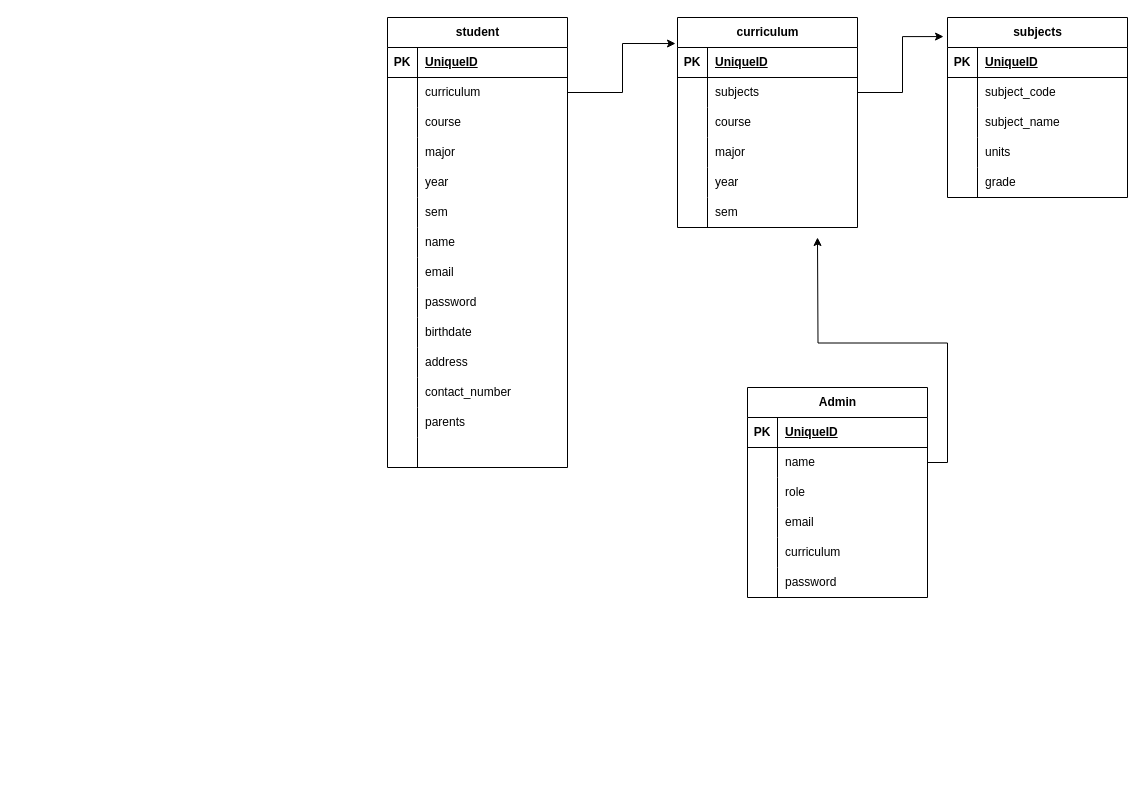
Before: docs/SPR.drawio in ChristianSlow/SPR-management-system-vue, a draw.io diagram. Source tidied: cells renumbered, new cells numbered last; positions are measured from the earlier drawing's top-left corner, leaving out a move shared by most shapes. Both pictures are drawn from the tidied source at 100%, with x=0, y=0 at pixel (387, 17).
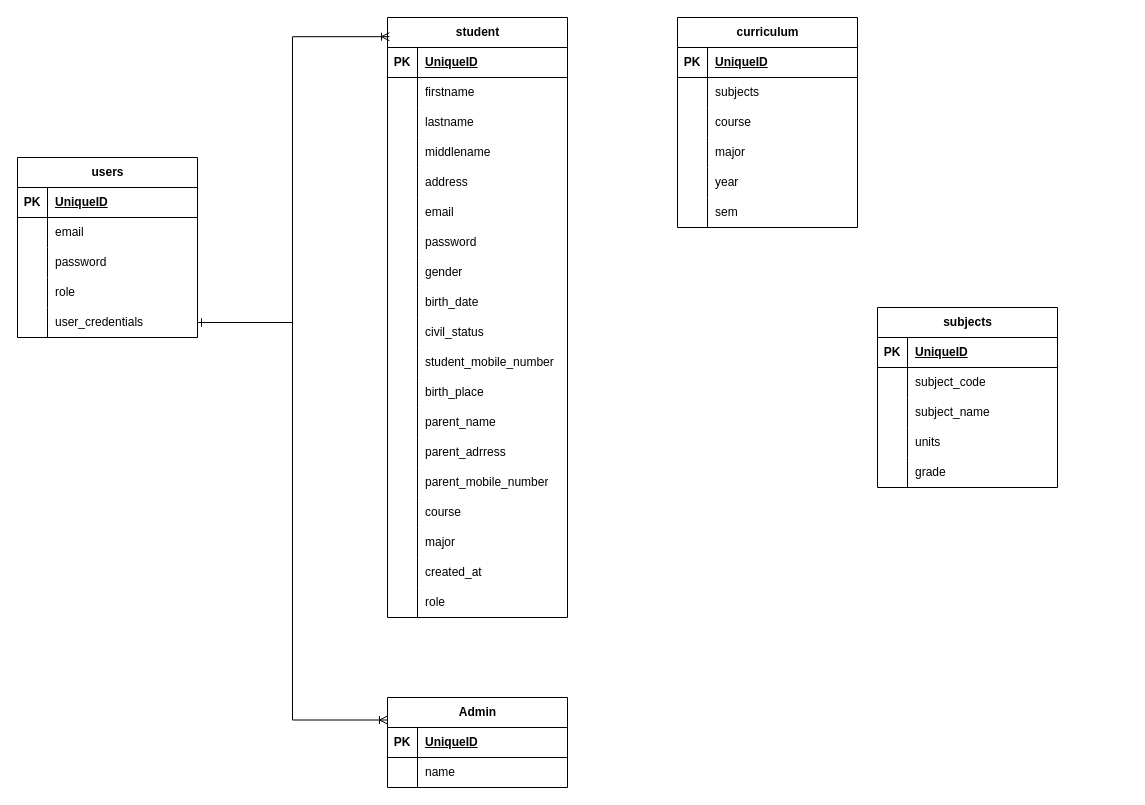
The same page after the edit.

The change refers to these unchanged cells:
```xml
<mxCell id="6" style="shape=tableRow;horizontal=0;startSize=0;swimlaneHead=0;swimlaneBody=0;fillColor=none;points=[[0,0.5],[1,0.5]];portConstraint=eastwest;top=0;left=0;right=0;bottom=0;" parent="2" vertex="1">
  <mxGeometry y="60" width="180" height="30" as="geometry" />
</mxCell>
<mxCell id="9" style="shape=tableRow;horizontal=0;startSize=0;swimlaneHead=0;swimlaneBody=0;fillColor=none;top=0;left=0;right=0;bottom=0;" parent="2" vertex="1">
  <mxGeometry y="90" width="180" height="30" as="geometry" />
</mxCell>
<mxCell id="12" style="shape=tableRow;horizontal=0;startSize=0;swimlaneHead=0;swimlaneBody=0;fillColor=none;top=0;left=0;right=0;bottom=0;" parent="2" vertex="1">
  <mxGeometry y="120" width="180" height="30" as="geometry" />
</mxCell>
<mxCell id="15" style="shape=tableRow;horizontal=0;startSize=0;swimlaneHead=0;swimlaneBody=0;fillColor=none;top=0;left=0;right=0;bottom=0;" parent="2" vertex="1">
  <mxGeometry y="150" width="180" height="30" as="geometry" />
</mxCell>
<mxCell id="18" style="shape=tableRow;horizontal=0;startSize=0;swimlaneHead=0;swimlaneBody=0;fillColor=none;top=0;left=0;right=0;bottom=0;" parent="2" vertex="1">
  <mxGeometry y="180" width="180" height="30" as="geometry" />
</mxCell>
<mxCell id="21" style="shape=tableRow;horizontal=0;startSize=0;swimlaneHead=0;swimlaneBody=0;fillColor=none;top=0;left=0;right=0;bottom=0;" parent="2" vertex="1">
  <mxGeometry y="210" width="180" height="30" as="geometry" />
</mxCell>
<mxCell id="24" style="shape=tableRow;horizontal=0;startSize=0;swimlaneHead=0;swimlaneBody=0;fillColor=none;top=0;left=0;right=0;bottom=0;" parent="2" vertex="1">
  <mxGeometry y="240" width="180" height="30" as="geometry" />
</mxCell>
<mxCell id="27" style="shape=tableRow;horizontal=0;startSize=0;swimlaneHead=0;swimlaneBody=0;fillColor=none;top=0;left=0;right=0;bottom=0;" parent="2" vertex="1">
  <mxGeometry y="270" width="180" height="30" as="geometry" />
</mxCell>
<mxCell id="30" style="shape=tableRow;horizontal=0;startSize=0;swimlaneHead=0;swimlaneBody=0;fillColor=none;top=0;left=0;right=0;bottom=0;" parent="2" vertex="1">
  <mxGeometry y="300" width="180" height="30" as="geometry" />
</mxCell>
<mxCell id="33" style="shape=tableRow;horizontal=0;startSize=0;swimlaneHead=0;swimlaneBody=0;fillColor=none;top=0;left=0;right=0;bottom=0;" parent="2" vertex="1">
  <mxGeometry y="330" width="180" height="30" as="geometry" />
</mxCell>
<mxCell id="36" style="shape=tableRow;horizontal=0;startSize=0;swimlaneHead=0;swimlaneBody=0;fillColor=none;top=0;left=0;right=0;bottom=0;" parent="2" vertex="1">
  <mxGeometry y="360" width="180" height="30" as="geometry" />
</mxCell>
<mxCell id="39" style="shape=tableRow;horizontal=0;startSize=0;swimlaneHead=0;swimlaneBody=0;fillColor=none;top=0;left=0;right=0;bottom=0;" parent="2" vertex="1">
  <mxGeometry y="390" width="180" height="30" as="geometry" />
</mxCell>
<mxCell id="42" style="shape=tableRow;horizontal=0;startSize=0;swimlaneHead=0;swimlaneBody=0;fillColor=none;top=0;left=0;right=0;bottom=0;" parent="2" vertex="1">
  <mxGeometry y="420" width="180" height="30" as="geometry" />
</mxCell>
<mxCell id="45" value="curriculum" style="shape=table;startSize=30;childLayout=tableLayout;rowLines=0;fontStyle=1;align=center;html=1;" parent="1" vertex="1">
  <mxGeometry x="290" width="180" height="210" as="geometry" />
</mxCell>
<mxCell id="49" style="shape=tableRow;horizontal=0;startSize=0;swimlaneHead=0;swimlaneBody=0;fillColor=none;points=[[0,0.5],[1,0.5]];portConstraint=eastwest;top=0;left=0;right=0;bottom=0;" parent="45" vertex="1">
  <mxGeometry y="60" width="180" height="30" as="geometry" />
</mxCell>
<mxCell id="85" style="shape=tableRow;horizontal=0;startSize=0;swimlaneHead=0;swimlaneBody=0;fillColor=none;points=[[0,0.5],[1,0.5]];portConstraint=eastwest;top=0;left=0;right=0;bottom=0;" parent="81" vertex="1">
  <mxGeometry y="60" width="180" height="30" as="geometry" />
</mxCell>
```

The edit, as a diff of the source:
```diff
@@
     <mxCell id="2" value="student" style="shape=table;startSize=30;childLayout=tableLayout;rowLines=0;fontStyle=1;align=center;html=1;" parent="1" vertex="1">
-      <mxGeometry width="180" height="450" as="geometry" />
+      <mxGeometry width="180" height="600" as="geometry" />
     </mxCell>
@@
-    <mxCell id="8" value="curriculum" style="shape=partialRectangle;fillColor=none;top=0;left=0;bottom=0;right=0;align=left;spacingLeft=6;overflow=hidden;whiteSpace=wrap;html=1;" parent="6" vertex="1">
+    <mxCell id="8" value="firstname" style="shape=partialRectangle;fillColor=none;top=0;left=0;bottom=0;right=0;align=left;spacingLeft=6;overflow=hidden;whiteSpace=wrap;html=1;" parent="6" vertex="1">
       <mxGeometry x="30" width="150" height="30" as="geometry" />
     </mxCell>
@@
-    <mxCell id="11" value="course" style="shape=partialRectangle;fillColor=none;top=0;left=0;bottom=0;right=0;align=left;spacingLeft=6;overflow=hidden;whiteSpace=wrap;html=1;" parent="9" vertex="1">
+    <mxCell id="11" value="lastname" style="shape=partialRectangle;fillColor=none;top=0;left=0;bottom=0;right=0;align=left;spacingLeft=6;overflow=hidden;whiteSpace=wrap;html=1;" parent="9" vertex="1">
       <mxGeometry x="30" width="150" height="30" as="geometry" />
     </mxCell>
@@
-    <mxCell id="14" value="major" style="shape=partialRectangle;fillColor=none;top=0;left=0;bottom=0;right=0;align=left;spacingLeft=6;overflow=hidden;whiteSpace=wrap;html=1;" parent="12" vertex="1">
+    <mxCell id="14" value="middlename" style="shape=partialRectangle;fillColor=none;top=0;left=0;bottom=0;right=0;align=left;spacingLeft=6;overflow=hidden;whiteSpace=wrap;html=1;" parent="12" vertex="1">
       <mxGeometry x="30" width="150" height="30" as="geometry" />
     </mxCell>
@@
-    <mxCell id="17" value="year&lt;span style=&quot;white-space: pre;&quot;&gt;&#9;&lt;/span&gt;" style="shape=partialRectangle;fillColor=none;top=0;left=0;bottom=0;right=0;align=left;spacingLeft=6;overflow=hidden;whiteSpace=wrap;html=1;" parent="15" vertex="1">
+    <mxCell id="17" value="address" style="shape=partialRectangle;fillColor=none;top=0;left=0;bottom=0;right=0;align=left;spacingLeft=6;overflow=hidden;whiteSpace=wrap;html=1;" parent="15" vertex="1">
       <mxGeometry x="30" width="150" height="30" as="geometry" />
     </mxCell>
@@
-    <mxCell id="20" value="sem" style="shape=partialRectangle;fillColor=none;top=0;left=0;bottom=0;right=0;align=left;spacingLeft=6;overflow=hidden;whiteSpace=wrap;html=1;" parent="18" vertex="1">
+    <mxCell id="20" value="email" style="shape=partialRectangle;fillColor=none;top=0;left=0;bottom=0;right=0;align=left;spacingLeft=6;overflow=hidden;whiteSpace=wrap;html=1;" parent="18" vertex="1">
       <mxGeometry x="30" width="150" height="30" as="geometry" />
     </mxCell>
@@
-    <mxCell id="23" value="name" style="shape=partialRectangle;fillColor=none;top=0;left=0;bottom=0;right=0;align=left;spacingLeft=6;overflow=hidden;whiteSpace=wrap;html=1;" parent="21" vertex="1">
+    <mxCell id="23" value="password" style="shape=partialRectangle;fillColor=none;top=0;left=0;bottom=0;right=0;align=left;spacingLeft=6;overflow=hidden;whiteSpace=wrap;html=1;" parent="21" vertex="1">
       <mxGeometry x="30" width="150" height="30" as="geometry" />
     </mxCell>
@@
-    <mxCell id="26" value="email" style="shape=partialRectangle;fillColor=none;top=0;left=0;bottom=0;right=0;align=left;spacingLeft=6;overflow=hidden;whiteSpace=wrap;html=1;" parent="24" vertex="1">
+    <mxCell id="26" value="gender" style="shape=partialRectangle;fillColor=none;top=0;left=0;bottom=0;right=0;align=left;spacingLeft=6;overflow=hidden;whiteSpace=wrap;html=1;" parent="24" vertex="1">
       <mxGeometry x="30" width="150" height="30" as="geometry" />
     </mxCell>
@@
-    <mxCell id="29" value="password" style="shape=partialRectangle;fillColor=none;top=0;left=0;bottom=0;right=0;align=left;spacingLeft=6;overflow=hidden;whiteSpace=wrap;html=1;" parent="27" vertex="1">
+    <mxCell id="29" value="birth_date" style="shape=partialRectangle;fillColor=none;top=0;left=0;bottom=0;right=0;align=left;spacingLeft=6;overflow=hidden;whiteSpace=wrap;html=1;" parent="27" vertex="1">
       <mxGeometry x="30" width="150" height="30" as="geometry" />
     </mxCell>
@@
-    <mxCell id="32" value="birthdate" style="shape=partialRectangle;fillColor=none;top=0;left=0;bottom=0;right=0;align=left;spacingLeft=6;overflow=hidden;whiteSpace=wrap;html=1;" parent="30" vertex="1">
+    <mxCell id="32" value="civil_status" style="shape=partialRectangle;fillColor=none;top=0;left=0;bottom=0;right=0;align=left;spacingLeft=6;overflow=hidden;whiteSpace=wrap;html=1;" parent="30" vertex="1">
       <mxGeometry x="30" width="150" height="30" as="geometry" />
     </mxCell>
@@
-    <mxCell id="35" value="address" style="shape=partialRectangle;fillColor=none;top=0;left=0;bottom=0;right=0;align=left;spacingLeft=6;overflow=hidden;whiteSpace=wrap;html=1;" parent="33" vertex="1">
+    <mxCell id="35" value="student_mobile_number" style="shape=partialRectangle;fillColor=none;top=0;left=0;bottom=0;right=0;align=left;spacingLeft=6;overflow=hidden;whiteSpace=wrap;html=1;" parent="33" vertex="1">
       <mxGeometry x="30" width="150" height="30" as="geometry" />
     </mxCell>
@@
-    <mxCell id="38" value="contact_number" style="shape=partialRectangle;fillColor=none;top=0;left=0;bottom=0;right=0;align=left;spacingLeft=6;overflow=hidden;whiteSpace=wrap;html=1;" parent="36" vertex="1">
+    <mxCell id="38" value="birth_place" style="shape=partialRectangle;fillColor=none;top=0;left=0;bottom=0;right=0;align=left;spacingLeft=6;overflow=hidden;whiteSpace=wrap;html=1;" parent="36" vertex="1">
       <mxGeometry x="30" width="150" height="30" as="geometry" />
     </mxCell>
@@
-    <mxCell id="41" value="parents" style="shape=partialRectangle;fillColor=none;top=0;left=0;bottom=0;right=0;align=left;spacingLeft=6;overflow=hidden;whiteSpace=wrap;html=1;" parent="39" vertex="1">
+    <mxCell id="41" value="parent_name" style="shape=partialRectangle;fillColor=none;top=0;left=0;bottom=0;right=0;align=left;spacingLeft=6;overflow=hidden;whiteSpace=wrap;html=1;" parent="39" vertex="1">
       <mxGeometry x="30" width="150" height="30" as="geometry" />
     </mxCell>
@@
-    <mxCell id="44" style="shape=partialRectangle;fillColor=none;top=0;left=0;bottom=0;right=0;align=left;spacingLeft=6;overflow=hidden;whiteSpace=wrap;html=1;" parent="42" vertex="1">
+    <mxCell id="44" value="parent_adrress" style="shape=partialRectangle;fillColor=none;top=0;left=0;bottom=0;right=0;align=left;spacingLeft=6;overflow=hidden;whiteSpace=wrap;html=1;" parent="42" vertex="1">
       <mxGeometry x="30" width="150" height="30" as="geometry" />
     </mxCell>
+    <mxCell id="102" style="shape=tableRow;horizontal=0;startSize=0;swimlaneHead=0;swimlaneBody=0;fillColor=none;top=0;left=0;right=0;bottom=0;" parent="2" vertex="1">
+      <mxGeometry y="450" width="180" height="30" as="geometry" />
+    </mxCell>
+    <mxCell id="103" style="shape=partialRectangle;fillColor=none;top=0;left=0;bottom=0;right=0;overflow=hidden;whiteSpace=wrap;html=1;" parent="102" vertex="1">
+      <mxGeometry width="30" height="30" as="geometry" />
+    </mxCell>
+    <mxCell id="104" value="parent_mobile_number" style="shape=partialRectangle;fillColor=none;top=0;left=0;bottom=0;right=0;align=left;spacingLeft=6;overflow=hidden;whiteSpace=wrap;html=1;" parent="102" vertex="1">
+      <mxGeometry x="30" width="150" height="30" as="geometry" />
+    </mxCell>
+    <mxCell id="105" style="shape=tableRow;horizontal=0;startSize=0;swimlaneHead=0;swimlaneBody=0;fillColor=none;top=0;left=0;right=0;bottom=0;" parent="2" vertex="1">
+      <mxGeometry y="480" width="180" height="30" as="geometry" />
+    </mxCell>
+    <mxCell id="106" style="shape=partialRectangle;fillColor=none;top=0;left=0;bottom=0;right=0;overflow=hidden;whiteSpace=wrap;html=1;" parent="105" vertex="1">
+      <mxGeometry width="30" height="30" as="geometry" />
+    </mxCell>
+    <mxCell id="107" value="course" style="shape=partialRectangle;fillColor=none;top=0;left=0;bottom=0;right=0;align=left;spacingLeft=6;overflow=hidden;whiteSpace=wrap;html=1;" parent="105" vertex="1">
+      <mxGeometry x="30" width="150" height="30" as="geometry" />
+    </mxCell>
+    <mxCell id="108" style="shape=tableRow;horizontal=0;startSize=0;swimlaneHead=0;swimlaneBody=0;fillColor=none;top=0;left=0;right=0;bottom=0;" parent="2" vertex="1">
+      <mxGeometry y="510" width="180" height="30" as="geometry" />
+    </mxCell>
+    <mxCell id="109" style="shape=partialRectangle;fillColor=none;top=0;left=0;bottom=0;right=0;overflow=hidden;whiteSpace=wrap;html=1;" parent="108" vertex="1">
+      <mxGeometry width="30" height="30" as="geometry" />
+    </mxCell>
+    <mxCell id="110" value="major" style="shape=partialRectangle;fillColor=none;top=0;left=0;bottom=0;right=0;align=left;spacingLeft=6;overflow=hidden;whiteSpace=wrap;html=1;" parent="108" vertex="1">
+      <mxGeometry x="30" width="150" height="30" as="geometry" />
+    </mxCell>
+    <mxCell id="111" style="shape=tableRow;horizontal=0;startSize=0;swimlaneHead=0;swimlaneBody=0;fillColor=none;top=0;left=0;right=0;bottom=0;" parent="2" vertex="1">
+      <mxGeometry y="540" width="180" height="30" as="geometry" />
+    </mxCell>
+    <mxCell id="112" style="shape=partialRectangle;fillColor=none;top=0;left=0;bottom=0;right=0;overflow=hidden;whiteSpace=wrap;html=1;" parent="111" vertex="1">
+      <mxGeometry width="30" height="30" as="geometry" />
+    </mxCell>
+    <mxCell id="113" value="created_at" style="shape=partialRectangle;fillColor=none;top=0;left=0;bottom=0;right=0;align=left;spacingLeft=6;overflow=hidden;whiteSpace=wrap;html=1;" parent="111" vertex="1">
+      <mxGeometry x="30" width="150" height="30" as="geometry" />
+    </mxCell>
+    <mxCell id="114" style="shape=tableRow;horizontal=0;startSize=0;swimlaneHead=0;swimlaneBody=0;fillColor=none;top=0;left=0;right=0;bottom=0;" parent="2" vertex="1">
+      <mxGeometry y="570" width="180" height="30" as="geometry" />
+    </mxCell>
+    <mxCell id="115" style="shape=partialRectangle;fillColor=none;top=0;left=0;bottom=0;right=0;overflow=hidden;whiteSpace=wrap;html=1;" parent="114" vertex="1">
+      <mxGeometry width="30" height="30" as="geometry" />
+    </mxCell>
+    <mxCell id="116" value="role" style="shape=partialRectangle;fillColor=none;top=0;left=0;bottom=0;right=0;align=left;spacingLeft=6;overflow=hidden;whiteSpace=wrap;html=1;" parent="114" vertex="1">
+      <mxGeometry x="30" width="150" height="30" as="geometry" />
+    </mxCell>
@@
     <mxCell id="64" value="subjects" style="shape=table;startSize=30;childLayout=tableLayout;rowLines=0;fontStyle=1;align=center;html=1;" parent="1" vertex="1">
-      <mxGeometry x="560" width="180" height="180" as="geometry" />
+      <mxGeometry x="490" y="290" width="180" height="180" as="geometry" />
     </mxCell>
@@
-    <mxCell id="80" style="edgeStyle=orthogonalEdgeStyle;rounded=0;jettySize=auto;html=1;exitX=1;exitY=0.5;exitDx=0;exitDy=0;entryX=-0.022;entryY=0.106;entryDx=0;entryDy=0;entryPerimeter=0;" parent="1" edge="1" source="49" target="64">
-      <mxGeometry relative="1" as="geometry" />
-    </mxCell>
     <mxCell id="81" value="Admin" style="shape=table;startSize=30;childLayout=tableLayout;rowLines=0;fontStyle=1;align=center;html=1;" parent="1" vertex="1">
-      <mxGeometry x="360" y="370" width="180" height="210" as="geometry" />
+      <mxGeometry y="680" width="180" height="90" as="geometry" />
     </mxCell>
@@
+    <mxCell id="117" value="users" style="shape=table;startSize=30;childLayout=tableLayout;rowLines=0;fontStyle=1;align=center;html=1;" parent="1" vertex="1">
+      <mxGeometry x="-370" y="140" width="180" height="180" as="geometry" />
+    </mxCell>
+    <mxCell id="118" style="shape=tableRow;horizontal=0;startSize=0;swimlaneHead=0;swimlaneBody=0;fillColor=none;top=0;left=0;right=0;bottom=1;" parent="117" vertex="1">
+      <mxGeometry y="30" width="180" height="30" as="geometry" />
+    </mxCell>
+    <mxCell id="119" value="PK" style="shape=partialRectangle;fillColor=none;top=0;left=0;bottom=0;right=0;fontStyle=1;overflow=hidden;whiteSpace=wrap;html=1;" parent="118" vertex="1">
+      <mxGeometry width="30" height="30" as="geometry" />
+    </mxCell>
+    <mxCell id="120" value="UniqueID" style="shape=partialRectangle;fillColor=none;top=0;left=0;bottom=0;right=0;align=left;spacingLeft=6;fontStyle=5;overflow=hidden;whiteSpace=wrap;html=1;" parent="118" vertex="1">
+      <mxGeometry x="30" width="150" height="30" as="geometry" />
+    </mxCell>
+    <mxCell id="121" style="shape=tableRow;horizontal=0;startSize=0;swimlaneHead=0;swimlaneBody=0;fillColor=none;top=0;left=0;right=0;bottom=0;" parent="117" vertex="1">
+      <mxGeometry y="60" width="180" height="30" as="geometry" />
+    </mxCell>
+    <mxCell id="122" style="shape=partialRectangle;fillColor=none;top=0;left=0;bottom=0;right=0;overflow=hidden;whiteSpace=wrap;html=1;" parent="121" vertex="1">
+      <mxGeometry width="30" height="30" as="geometry" />
+    </mxCell>
+    <mxCell id="93" value="email" style="shape=partialRectangle;fillColor=none;top=0;left=0;bottom=0;right=0;align=left;spacingLeft=6;overflow=hidden;whiteSpace=wrap;html=1;" parent="121" vertex="1">
+      <mxGeometry x="30" width="150" height="30" as="geometry" />
+    </mxCell>
-    <mxCell id="88" style="shape=tableRow;horizontal=0;startSize=0;swimlaneHead=0;swimlaneBody=0;fillColor=none;top=0;left=0;right=0;bottom=0;" parent="81" vertex="1">
+    <mxCell id="88" style="shape=tableRow;horizontal=0;startSize=0;swimlaneHead=0;swimlaneBody=0;fillColor=none;top=0;left=0;right=0;bottom=0;" parent="117" vertex="1">
       <mxGeometry y="90" width="180" height="30" as="geometry" />
     </mxCell>
-    <mxCell id="89" style="shape=partialRectangle;fillColor=none;top=0;left=0;bottom=0;right=0;overflow=hidden;whiteSpace=wrap;html=1;" parent="88" vertex="1">
-      <mxGeometry width="30" height="30" as="geometry" />
-    </mxCell>
-    <mxCell id="90" value="role" style="shape=partialRectangle;fillColor=none;top=0;left=0;bottom=0;right=0;align=left;spacingLeft=6;overflow=hidden;whiteSpace=wrap;html=1;" parent="88" vertex="1">
-      <mxGeometry x="30" width="150" height="30" as="geometry" />
-    </mxCell>
+    <mxCell id="123" style="shape=partialRectangle;fillColor=none;top=0;left=0;bottom=0;right=0;overflow=hidden;whiteSpace=wrap;html=1;" parent="88" vertex="1">
+      <mxGeometry width="30" height="30" as="geometry" />
+    </mxCell>
+    <mxCell id="99" value="password" style="shape=partialRectangle;fillColor=none;top=0;left=0;bottom=0;right=0;align=left;spacingLeft=6;overflow=hidden;whiteSpace=wrap;html=1;" parent="88" vertex="1">
+      <mxGeometry x="30" width="150" height="30" as="geometry" />
+    </mxCell>
-    <mxCell id="91" style="shape=tableRow;horizontal=0;startSize=0;swimlaneHead=0;swimlaneBody=0;fillColor=none;top=0;left=0;right=0;bottom=0;" parent="81" vertex="1">
+    <mxCell id="91" style="shape=tableRow;horizontal=0;startSize=0;swimlaneHead=0;swimlaneBody=0;fillColor=none;top=0;left=0;right=0;bottom=0;" parent="117" vertex="1">
       <mxGeometry y="120" width="180" height="30" as="geometry" />
     </mxCell>
-    <mxCell id="92" style="shape=partialRectangle;fillColor=none;top=0;left=0;bottom=0;right=0;overflow=hidden;whiteSpace=wrap;html=1;" parent="91" vertex="1">
-      <mxGeometry width="30" height="30" as="geometry" />
-    </mxCell>
-    <mxCell id="93" value="email" style="shape=partialRectangle;fillColor=none;top=0;left=0;bottom=0;right=0;align=left;spacingLeft=6;overflow=hidden;whiteSpace=wrap;html=1;" parent="91" vertex="1">
-      <mxGeometry x="30" width="150" height="30" as="geometry" />
-    </mxCell>
+    <mxCell id="124" style="shape=partialRectangle;fillColor=none;top=0;left=0;bottom=0;right=0;overflow=hidden;whiteSpace=wrap;html=1;" parent="91" vertex="1">
+      <mxGeometry width="30" height="30" as="geometry" />
+    </mxCell>
+    <mxCell id="125" value="role" style="shape=partialRectangle;fillColor=none;top=0;left=0;bottom=0;right=0;align=left;spacingLeft=6;overflow=hidden;whiteSpace=wrap;html=1;" parent="91" vertex="1">
+      <mxGeometry x="30" width="150" height="30" as="geometry" />
+    </mxCell>
-    <mxCell id="94" style="shape=tableRow;horizontal=0;startSize=0;swimlaneHead=0;swimlaneBody=0;fillColor=none;points=[[0,0.5],[1,0.5]];portConstraint=eastwest;top=0;left=0;right=0;bottom=0;" parent="81" vertex="1">
+    <mxCell id="94" style="shape=tableRow;horizontal=0;startSize=0;swimlaneHead=0;swimlaneBody=0;fillColor=none;points=[[0,0.5],[1,0.5]];portConstraint=eastwest;top=0;left=0;right=0;bottom=0;" parent="117" vertex="1">
       <mxGeometry y="150" width="180" height="30" as="geometry" />
     </mxCell>
-    <mxCell id="95" style="shape=partialRectangle;fillColor=none;top=0;left=0;bottom=0;right=0;overflow=hidden;whiteSpace=wrap;html=1;" parent="94" vertex="1">
-      <mxGeometry width="30" height="30" as="geometry" />
-    </mxCell>
-    <mxCell id="96" value="curriculum" style="shape=partialRectangle;fillColor=none;top=0;left=0;bottom=0;right=0;align=left;spacingLeft=6;overflow=hidden;whiteSpace=wrap;html=1;" parent="94" vertex="1">
-      <mxGeometry x="30" width="150" height="30" as="geometry" />
-    </mxCell>
-    <mxCell id="97" style="shape=tableRow;horizontal=0;startSize=0;swimlaneHead=0;swimlaneBody=0;fillColor=none;top=0;left=0;right=0;bottom=0;" parent="81" vertex="1">
-      <mxGeometry y="180" width="180" height="30" as="geometry" />
-    </mxCell>
-    <mxCell id="98" style="shape=partialRectangle;fillColor=none;top=0;left=0;bottom=0;right=0;overflow=hidden;whiteSpace=wrap;html=1;" parent="97" vertex="1">
-      <mxGeometry width="30" height="30" as="geometry" />
-    </mxCell>
-    <mxCell id="99" value="password" style="shape=partialRectangle;fillColor=none;top=0;left=0;bottom=0;right=0;align=left;spacingLeft=6;overflow=hidden;whiteSpace=wrap;html=1;" parent="97" vertex="1">
-      <mxGeometry x="30" width="150" height="30" as="geometry" />
-    </mxCell>
-    <mxCell id="100" style="edgeStyle=orthogonalEdgeStyle;rounded=0;jettySize=auto;html=1;exitX=1;exitY=0.5;exitDx=0;exitDy=0;" parent="1" edge="1" source="85">
-      <mxGeometry relative="1" as="geometry">
-        <mxPoint x="430" y="220" as="targetPoint" />
-      </mxGeometry>
-    </mxCell>
-    <mxCell id="101" style="edgeStyle=orthogonalEdgeStyle;rounded=0;jettySize=auto;html=1;exitX=1;exitY=0.5;exitDx=0;exitDy=0;entryX=-0.011;entryY=0.124;entryDx=0;entryDy=0;entryPerimeter=0;" parent="1" edge="1" source="6" target="45">
-      <mxGeometry relative="1" as="geometry" />
-    </mxCell>
+    <mxCell id="126" style="shape=partialRectangle;fillColor=none;top=0;left=0;bottom=0;right=0;overflow=hidden;whiteSpace=wrap;html=1;" parent="94" vertex="1">
+      <mxGeometry width="30" height="30" as="geometry" />
+    </mxCell>
+    <mxCell id="127" value="user_credentials" style="shape=partialRectangle;fillColor=none;top=0;left=0;bottom=0;right=0;align=left;spacingLeft=6;overflow=hidden;whiteSpace=wrap;html=1;" parent="94" vertex="1">
+      <mxGeometry x="30" width="150" height="30" as="geometry" />
+    </mxCell>
+    <mxCell id="128" style="edgeStyle=orthogonalEdgeStyle;rounded=0;jettySize=auto;html=1;exitX=1;exitY=0.5;exitDx=0;exitDy=0;entryX=0.011;entryY=0.032;entryDx=0;entryDy=0;entryPerimeter=0;startArrow=ERone;startFill=0;endArrow=ERoneToMany;endFill=0;" parent="1" edge="1" source="94" target="2">
+      <mxGeometry relative="1" as="geometry" />
+    </mxCell>
+    <mxCell id="129" style="edgeStyle=orthogonalEdgeStyle;rounded=0;jettySize=auto;html=1;exitX=1;exitY=0.5;exitDx=0;exitDy=0;entryX=0;entryY=0.25;entryDx=0;entryDy=0;startArrow=ERone;startFill=0;endArrow=ERoneToMany;endFill=0;" parent="1" edge="1" source="94" target="81">
+      <mxGeometry relative="1" as="geometry" />
+    </mxCell>
```
